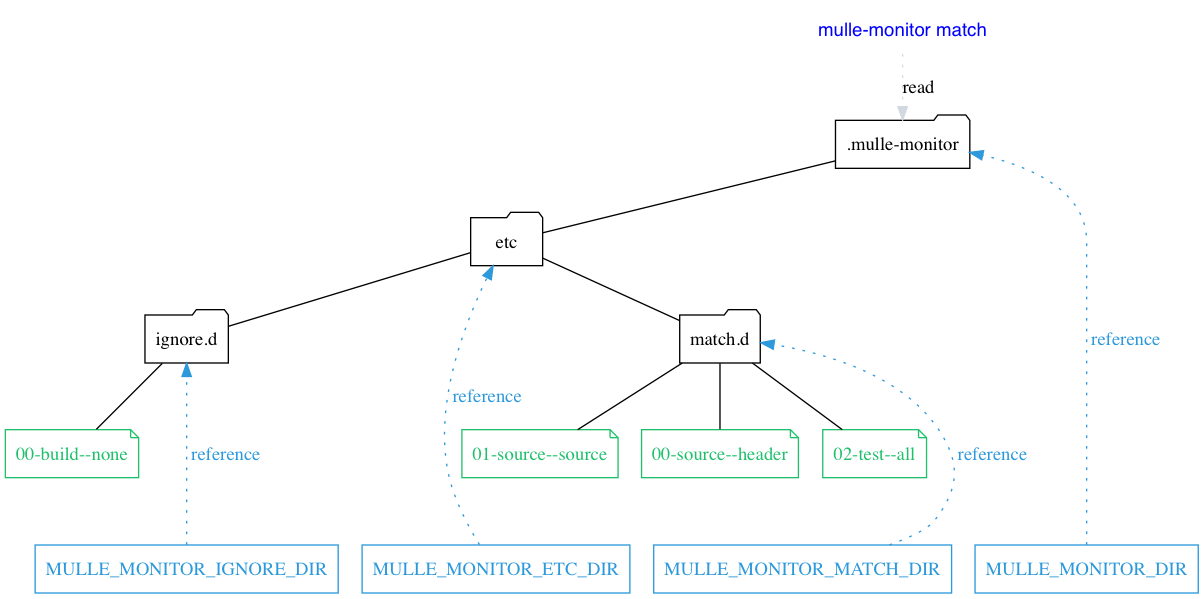
Above: dox/mulle-monitor-match.png in mulle-sde/mulle-match (Graphviz), before the change. Its source is kept beside it as dox/mulle-monitor-match.dot.
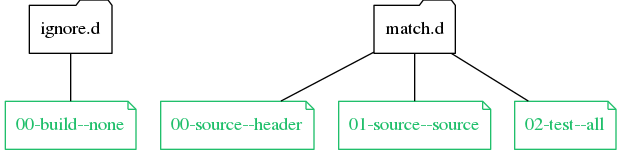
The same diagram one commit later.

What changed in the source:
```diff
@@ -1,68 +1,23 @@
 digraph G {
     graph [rankdir = TD];
 
-    "mulle-monitor match" [ shape="none", fontcolor="blue", fontname="monospace"]
-
     node[ shape=folder ];
-
-    { rank = "same"; "mulle-monitor match" };
-    { rank = "same"; ".mulle-monitor"  };
-
-
     edge[ arrowhead="none" ];
 
-    "match.d"         [ shape="folder", label="match.d" ]
+    { rank = "same"; "ignore.d", "match.d"  };
 
-    node[shape=note, color="#20bf6b", fontcolor="#20bf6b"];
+    node[ shape=note, color="#20bf6b", fontcolor="#20bf6b"];
 
-    { rank = "same"; "match.d", "ignore2" };
-
-    { rank = "same"; "s_source", "s_header", "s_test", "s_build"  };
+    { rank = "same";  "s_header", "s_source","s_test", "s_build"  };
 
     "s_header"        [ label="00-source--header"]
     "s_source"        [ label="01-source--source"]
     "s_test"          [ label="02-test--all"]
     "s_build"         [ label="00-build--none"]
 
-    node[shape=folder, color="black", fontcolor="black"];
-
-    ".mulle-monitor"     -> "etc"
-    "etc"                -> "match.d"
-
     "match.d"            -> "s_header"
     "match.d"            -> "s_source"
     "match.d"            -> "s_test"
 
-    "etc"                -> "ignore2"
-
-    node[ shape=note, color="#d1d8e0", fontcolor="#d1d8e0"];
-    edge[ arrowhead="none", color="#d1d8e0" ];
-    "ignore2"         [ shape="folder", label="ignore.d", color="black", fontcolor="black" ]
-
-    "s_header"        [ label="00-source--header"]
-    "s_source"        [ label="01-source--source"]
-    "s_test"          [ label="02-test--all"]
-
-    { rank = "same"; "s_source", "s_header", "s_test" };
-
-    "ignore2"  -> "s_build" [ color="black" ]
-
-    edge[ arrowhead="", style="dotted" ];
-
-    "mulle-monitor match" -> ".mulle-monitor"  [ label="read" ]
-
-    node[ shape=record, color="#2d98da", fontcolor="#2d98da"];
-    edge[ arrowhead="", color="#2d98da", fontcolor="#2d98da", style="dotted", label=" reference" ];
-
-    { rank = "same"; "MULLE_MONITOR_ETC_DIR", "MULLE_MONITOR_MATCH_DIR", "MULLE_MONITOR_DIR", "MULLE_MONITOR_IGNORE_DIR" };
-
-    "s_source" -> "MULLE_MONITOR_DIR"        [ style="invis" ]
-    "s_source" -> "MULLE_MONITOR_ETC_DIR"    [ style="invis" ]
-    "s_source" -> "MULLE_MONITOR_MATCH_DIR"  [ style="invis" ]
-
-
-    "MULLE_MONITOR_MATCH_DIR"  -> "match.d"
-    "MULLE_MONITOR_DIR"        -> ".mulle-monitor"
-    "MULLE_MONITOR_ETC_DIR"    -> "etc"
-    "MULLE_MONITOR_IGNORE_DIR" -> "ignore2"
+    "ignore.d"  -> "s_build" [ color="black" ]
 }
```
